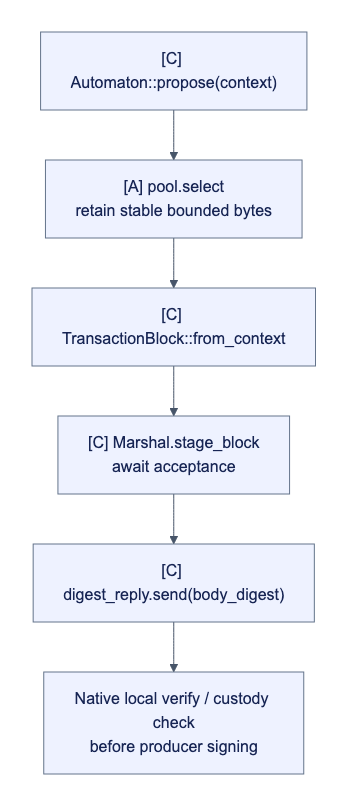
djm07073/baton keeps this Mermaid diagram as docs/assets/diagrams/diagram-49.png. Above is the earlier version. Its source is kept beside it as docs/assets/diagrams/diagram-49.mmd. Its diagram source:
```mermaid
flowchart TB
    P["[C] Automaton::propose(context)"] --> S["[A] pool.select<br/>retain stable bounded bytes"]
    S --> B["[C] TransactionBlock::from_context"]
    B --> M["[C] Marshal.stage_block<br/>await acceptance"]
    M --> R["[C] digest_reply.send(body_digest)"]
    R --> V["Native local verify / custody check<br/>before producer signing"]
```
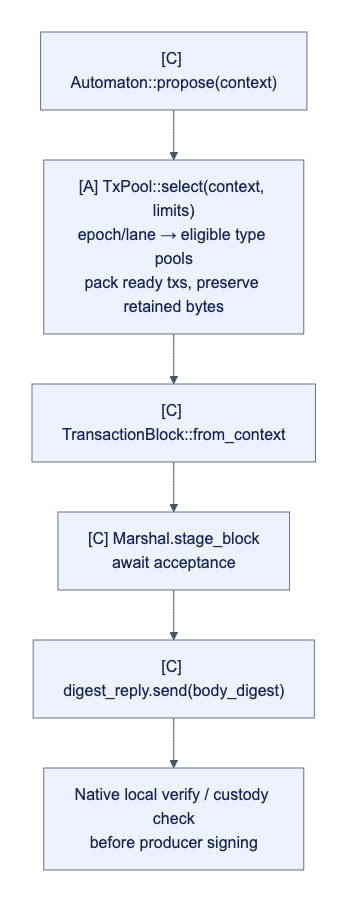
After the change.

Diff of the diagram source:
```diff
@@ -1,5 +1,5 @@
 flowchart TB
-    P["[C] Automaton::propose(context)"] --> S["[A] pool.select<br/>retain stable bounded bytes"]
+    P["[C] Automaton::propose(context)"] --> S["[A] TxPool::select(context, limits)<br/>epoch/lane → eligible type pools<br/>pack ready txs, preserve retained bytes"]
     S --> B["[C] TransactionBlock::from_context"]
     B --> M["[C] Marshal.stage_block<br/>await acceptance"]
     M --> R["[C] digest_reply.send(body_digest)"]
```
